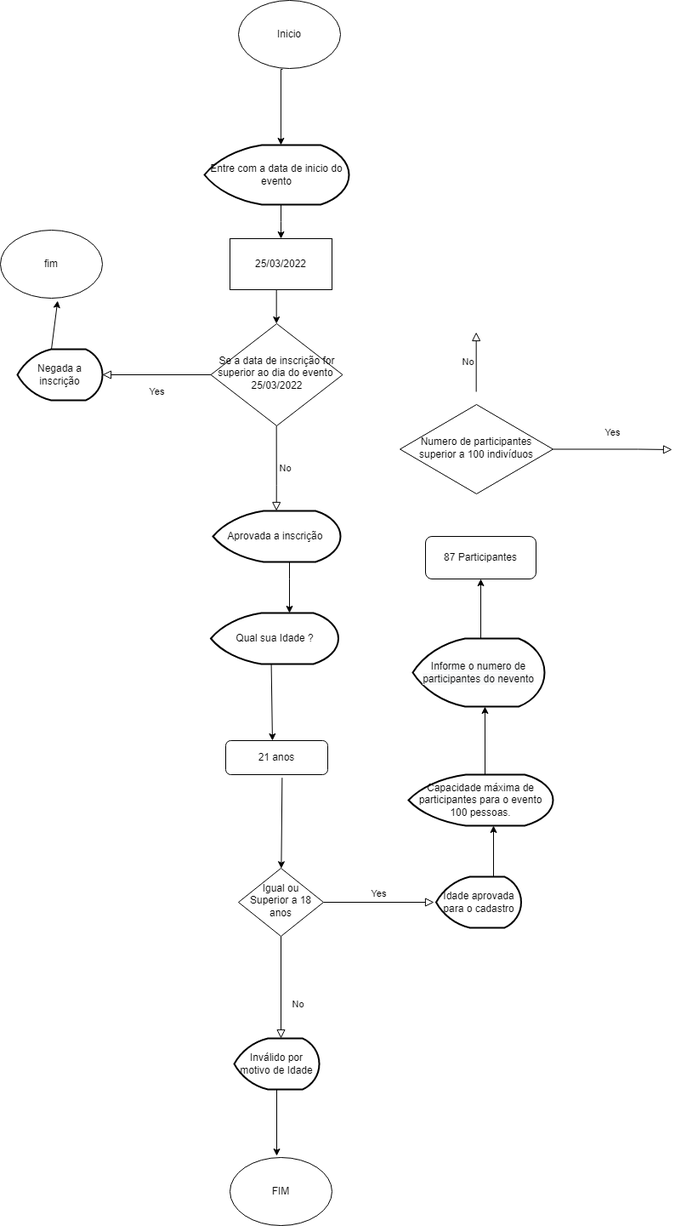
The draw.io diagram Untitled Diagram.drawio.png in EvertonMDS/Fluxograma, before a commit. Source tidied: cells renumbered, new cells last; positions are measured from the earlier drawing's top-left corner, leaving out a move shared by most shapes.
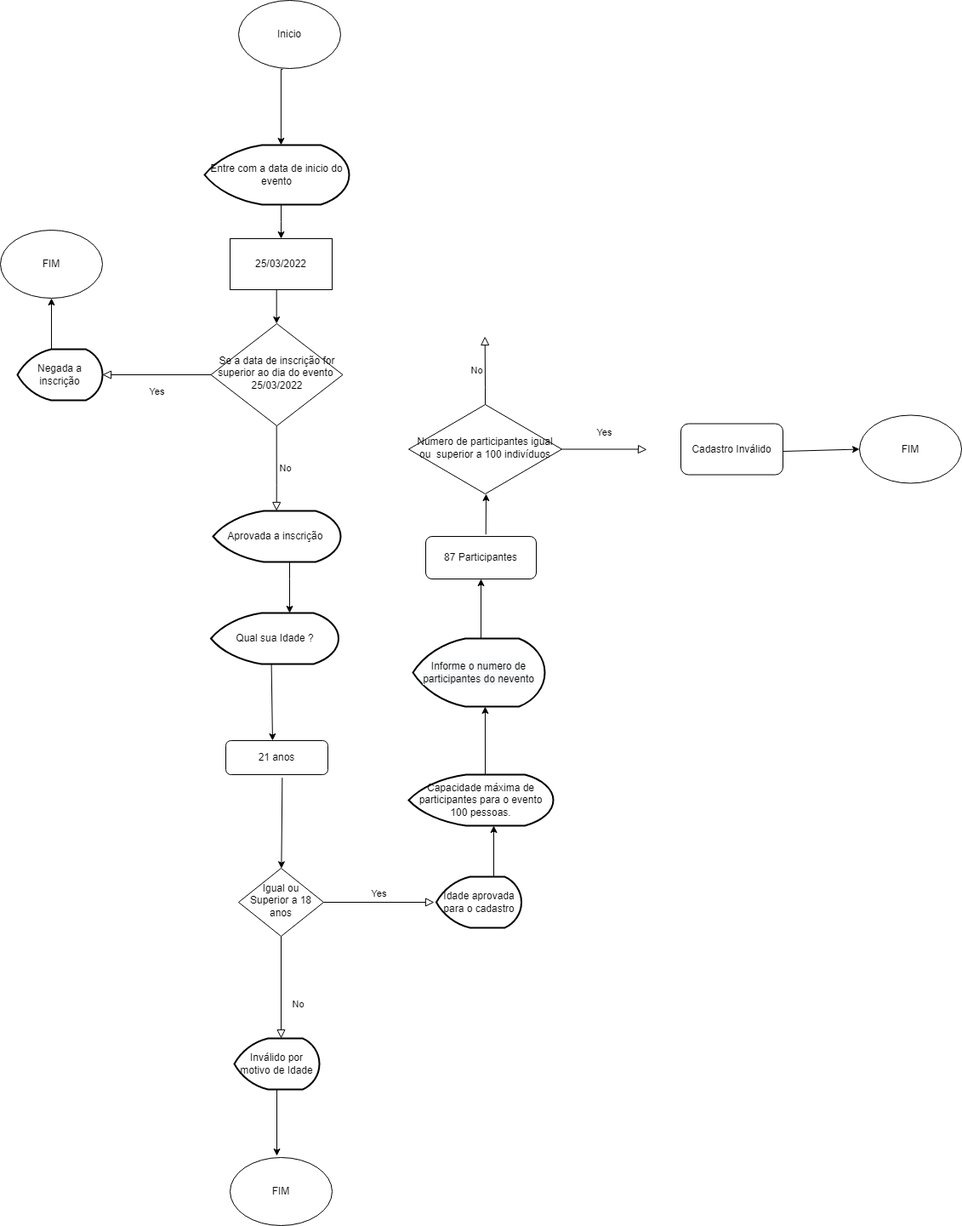
The same diagram one commit later.

Diff of the diagram source:
```diff
@@ -54,8 +54,12 @@
     </mxCell>
     <mxCell id="12" value="No" style="edgeStyle=orthogonalEdgeStyle;rounded=0;html=1;jettySize=auto;orthogonalLoop=1;fontSize=11;endArrow=block;endFill=0;endSize=8;strokeWidth=1;shadow=0;labelBackgroundColor=none;" parent="1" edge="1">
       <mxGeometry y="10" relative="1" as="geometry">
-        <mxPoint x="559.7" y="460" as="sourcePoint" />
-        <mxPoint x="559.7" y="390" as="targetPoint" />
+        <mxPoint x="570" y="475" as="sourcePoint" />
+        <mxPoint x="569.7" y="395" as="targetPoint" />
+        <Array as="points">
+          <mxPoint x="570" y="455" />
+          <mxPoint x="570" y="455" />
+        </Array>
       </mxGeometry>
     </mxCell>
     <mxCell id="13" value="Yes" style="rounded=0;html=1;jettySize=auto;fontSize=11;endArrow=block;endFill=0;endSize=8;strokeWidth=1;shadow=0;labelBackgroundColor=none;edgeStyle=orthogonalEdgeStyle;" parent="1" edge="1" source="2">
@@ -63,13 +67,13 @@
         <mxPoint x="120" y="440" as="targetPoint" />
       </mxGeometry>
     </mxCell>
-    <mxCell id="14" value="fim" style="ellipse;whiteSpace=wrap;html=1;" parent="1" vertex="1">
+    <mxCell id="14" value="FIM" style="ellipse;whiteSpace=wrap;html=1;" parent="1" vertex="1">
       <mxGeometry y="270" width="120" height="80" as="geometry" />
     </mxCell>
     <mxCell id="15" value="Negada a inscrição" style="strokeWidth=2;html=1;shape=mxgraph.flowchart.display;whiteSpace=wrap;" parent="1" vertex="1">
       <mxGeometry x="20" y="410" width="100" height="60" as="geometry" />
     </mxCell>
-    <mxCell id="16" style="endArrow=classic;html=1;rounded=0;entryX=0.561;entryY=1.038;entryDx=0;entryDy=0;entryPerimeter=0;" parent="1" edge="1" target="14">
+    <mxCell id="16" style="endArrow=classic;html=1;rounded=0;entryX=0.5;entryY=1;entryDx=0;entryDy=0;" parent="1" edge="1" target="14">
       <mxGeometry relative="1" as="geometry">
         <mxPoint x="60" y="410" as="sourcePoint" />
       </mxGeometry>
@@ -146,17 +150,33 @@
         <mxPoint x="565" y="750" as="sourcePoint" />
       </mxGeometry>
     </mxCell>
-    <mxCell id="34" value="Numero de participantes superior a 100 indivíduos" style="rhombus;whiteSpace=wrap;html=1;shadow=0;fontFamily=Helvetica;fontSize=12;align=center;strokeWidth=1;spacing=6;spacingTop=-4;" parent="1" vertex="1">
-      <mxGeometry x="470" y="475" width="180" height="105" as="geometry" />
+    <mxCell id="34" value="Numero de participantes igual ou&amp;nbsp; superior a 100 indivíduos" style="rhombus;whiteSpace=wrap;html=1;shadow=0;fontFamily=Helvetica;fontSize=12;align=center;strokeWidth=1;spacing=6;spacingTop=-4;" parent="1" vertex="1">
+      <mxGeometry x="480" y="475" width="180" height="105" as="geometry" />
     </mxCell>
     <mxCell id="35" value="Yes" style="rounded=0;html=1;jettySize=auto;fontSize=11;endArrow=block;endFill=0;endSize=8;strokeWidth=1;shadow=0;labelBackgroundColor=none;edgeStyle=orthogonalEdgeStyle;exitX=1;exitY=0.5;exitDx=0;exitDy=0;" parent="1" edge="1" source="34">
       <mxGeometry y="20" relative="1" as="geometry">
-        <mxPoint x="790" y="528" as="targetPoint" />
+        <mxPoint x="760" y="528" as="targetPoint" />
         <Array as="points">
           <mxPoint x="750" y="528" />
           <mxPoint x="850" y="528" />
         </Array>
       </mxGeometry>
     </mxCell>
+    <mxCell id="36" value="FIM" style="ellipse;whiteSpace=wrap;html=1;" parent="1" vertex="1">
+      <mxGeometry x="1010" y="487.5" width="120" height="80" as="geometry" />
+    </mxCell>
+    <mxCell id="37" style="endArrow=classic;html=1;rounded=0;exitX=0.544;exitY=-0.047;exitDx=0;exitDy=0;exitPerimeter=0;" parent="1" edge="1" source="30">
+      <mxGeometry relative="1" as="geometry">
+        <mxPoint x="571" y="580" as="targetPoint" />
+      </mxGeometry>
+    </mxCell>
+    <mxCell id="38" value="Cadastro Inválido" style="rounded=1;whiteSpace=wrap;html=1;" parent="1" vertex="1">
+      <mxGeometry x="800" y="497.5" width="120" height="60" as="geometry" />
+    </mxCell>
+    <mxCell id="39" style="endArrow=classic;html=1;rounded=0;entryX=0;entryY=0.5;entryDx=0;entryDy=0;" parent="1" edge="1" target="36">
+      <mxGeometry relative="1" as="geometry">
+        <mxPoint x="920" y="530" as="sourcePoint" />
+      </mxGeometry>
+    </mxCell>
   </root>
 </mxGraphModel>
```
